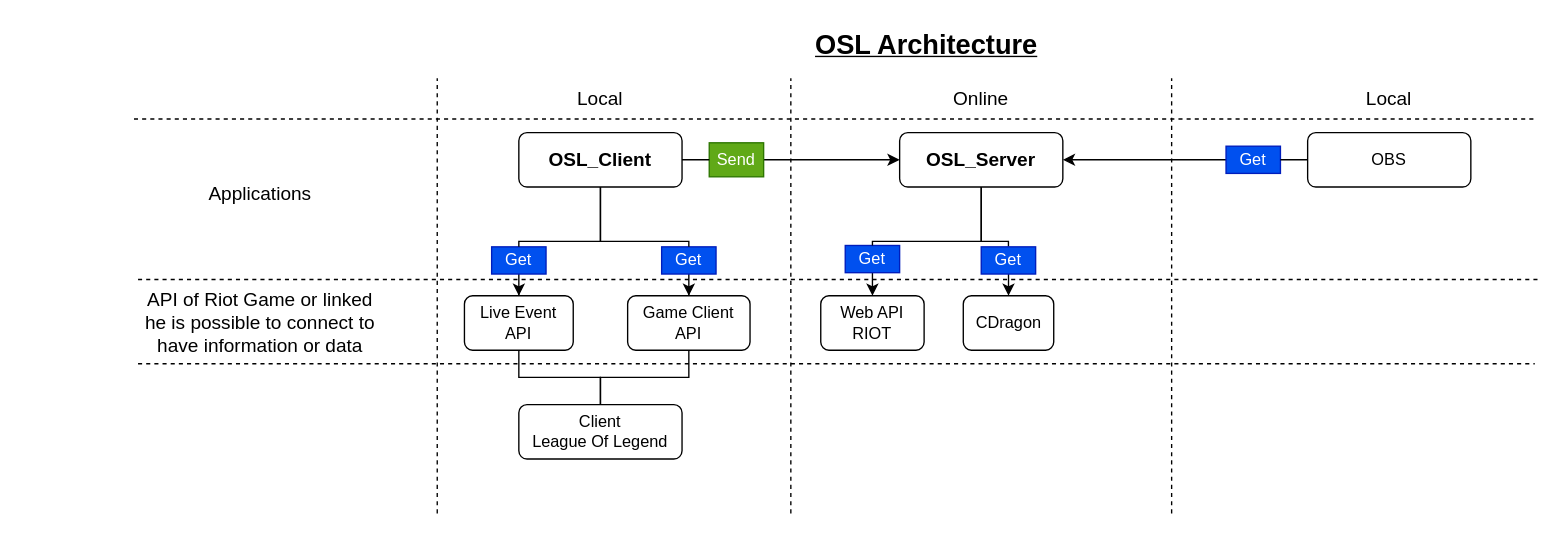
This is docfx/picture/OSL-architecture.drawio from Sky-CSC/OSL, a draw.io file, before an edit. Source tidied: cells renumbered, new cells numbered last; positions are measured from the earlier drawing's top-left corner, leaving out a move shared by most shapes. Both pictures are drawn from the tidied source at 136%, with x=0, y=0 at pixel (133, 23).
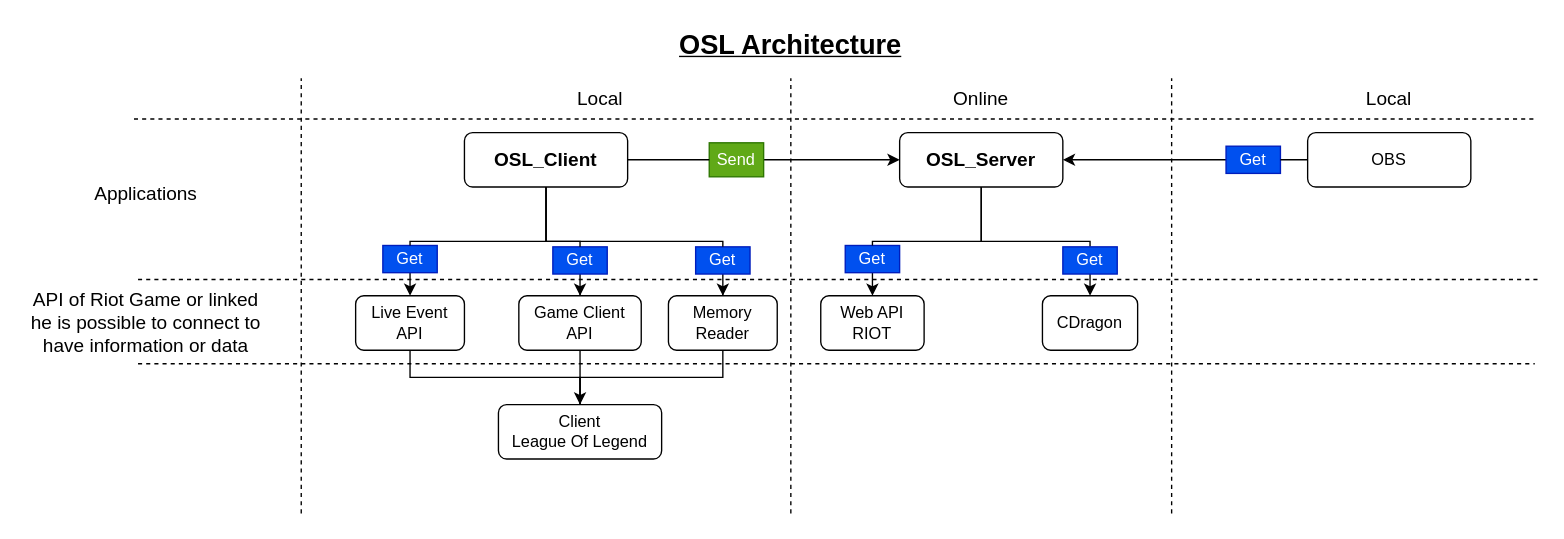
The same page after the edit.

Unchanged cells that the change refers to:
```xml
<mxCell id="8" value="OSL_Server" style="rounded=1;whiteSpace=wrap;html=1;fontStyle=1;fontSize=14;" parent="1" vertex="1">
  <mxGeometry x="563" y="80" width="120" height="40" as="geometry" />
</mxCell>
```

Change to the diagram source:
```diff
@@
     <mxCell id="3" style="edgeStyle=orthogonalEdgeStyle;rounded=0;jettySize=auto;html=1;entryX=0.5;entryY=0;entryDx=0;entryDy=0;startArrow=none;" parent="1" edge="1" source="17" target="13">
-      <mxGeometry relative="1" as="geometry" />
+      <mxGeometry relative="1" as="geometry">
+        <Array as="points">
+          <mxPoint x="203" y="170" />
+          <mxPoint x="203" y="170" />
+        </Array>
+      </mxGeometry>
     </mxCell>
@@
+    <mxCell id="42" style="edgeStyle=orthogonalEdgeStyle;rounded=0;jettySize=auto;html=1;entryX=0.5;entryY=0;entryDx=0;entryDy=0;startArrow=none;" parent="1" edge="1" source="45" target="44">
+      <mxGeometry relative="1" as="geometry" />
+    </mxCell>
     <mxCell id="5" value="OSL_Client" style="rounded=1;whiteSpace=wrap;html=1;fontStyle=1;fontSize=14;" parent="1" vertex="1">
-      <mxGeometry x="283" y="80" width="120" height="40" as="geometry" />
+      <mxGeometry x="243" y="80" width="120" height="40" as="geometry" />
     </mxCell>
@@
     <mxCell id="7" style="edgeStyle=orthogonalEdgeStyle;rounded=0;jettySize=auto;html=1;entryX=0.5;entryY=0;entryDx=0;entryDy=0;endArrow=none;endFill=0;" parent="1" edge="1" source="8" target="41">
       <mxGeometry relative="1" as="geometry">
         <Array as="points">
           <mxPoint x="623" y="160" />
-          <mxPoint x="643" y="160" />
+          <mxPoint x="703" y="160" />
         </Array>
       </mxGeometry>
     </mxCell>
@@
     <mxCell id="9" style="edgeStyle=orthogonalEdgeStyle;rounded=0;jettySize=auto;html=1;entryX=0.5;entryY=1;entryDx=0;entryDy=0;endArrow=none;endFill=0;" parent="1" edge="1" source="11" target="13">
-      <mxGeometry relative="1" as="geometry" />
+      <mxGeometry relative="1" as="geometry">
+        <Array as="points">
+          <mxPoint x="328" y="260" />
+          <mxPoint x="203" y="260" />
+        </Array>
+      </mxGeometry>
     </mxCell>
@@
     <mxCell id="11" value="Client&lt;br&gt;League Of Legend" style="rounded=1;whiteSpace=wrap;html=1;" parent="1" vertex="1">
-      <mxGeometry x="283" y="280" width="120" height="40" as="geometry" />
+      <mxGeometry x="268" y="280" width="120" height="40" as="geometry" />
     </mxCell>
@@
     <mxCell id="13" value="Live Event&lt;br&gt;API" style="rounded=1;whiteSpace=wrap;html=1;" parent="1" vertex="1">
-      <mxGeometry x="243" y="200" width="80" height="40" as="geometry" />
+      <mxGeometry x="163" y="200" width="80" height="40" as="geometry" />
     </mxCell>
     <mxCell id="14" value="Game Client&lt;br&gt;API" style="rounded=1;whiteSpace=wrap;html=1;" parent="1" vertex="1">
-      <mxGeometry x="363" y="200" width="90" height="40" as="geometry" />
+      <mxGeometry x="283" y="200" width="90" height="40" as="geometry" />
     </mxCell>
@@
     <mxCell id="16" value="&lt;b&gt;&lt;u&gt;&lt;font style=&quot;font-size: 20px;&quot;&gt;OSL Architecture&lt;/font&gt;&lt;/u&gt;&lt;/b&gt;" style="text;html=1;strokeColor=none;fillColor=none;align=center;verticalAlign=middle;whiteSpace=wrap;rounded=0;" parent="1" vertex="1">
-      <mxGeometry x="463" width="240" height="30" as="geometry" />
+      <mxGeometry x="363" width="240" height="30" as="geometry" />
     </mxCell>
     <mxCell id="17" value="Get" style="text;html=1;strokeColor=#001DBC;fillColor=#0050ef;align=center;verticalAlign=middle;whiteSpace=wrap;rounded=0;fontColor=#ffffff;" parent="1" vertex="1">
-      <mxGeometry x="263" y="164" width="40" height="20" as="geometry" />
+      <mxGeometry x="183" y="163" width="40" height="20" as="geometry" />
     </mxCell>
     <mxCell id="18" style="edgeStyle=orthogonalEdgeStyle;rounded=0;jettySize=auto;html=1;entryX=0.5;entryY=0;entryDx=0;entryDy=0;endArrow=none;" parent="1" edge="1" source="5" target="17">
       <mxGeometry relative="1" as="geometry">
         <Array as="points">
-          <mxPoint x="343" y="160" />
-          <mxPoint x="283" y="160" />
+          <mxPoint x="303" y="160" />
+          <mxPoint x="203" y="160" />
         </Array>
       </mxGeometry>
     </mxCell>
     <mxCell id="19" value="Get" style="text;html=1;strokeColor=#001DBC;fillColor=#0050ef;align=center;verticalAlign=middle;whiteSpace=wrap;rounded=0;fontColor=#ffffff;" parent="1" vertex="1">
-      <mxGeometry x="388" y="164" width="40" height="20" as="geometry" />
+      <mxGeometry x="308" y="164" width="40" height="20" as="geometry" />
     </mxCell>
     <mxCell id="20" style="edgeStyle=orthogonalEdgeStyle;rounded=0;jettySize=auto;html=1;entryX=0.5;entryY=0;entryDx=0;entryDy=0;endArrow=none;" parent="1" edge="1" source="5" target="19">
       <mxGeometry relative="1" as="geometry">
         <Array as="points">
-          <mxPoint x="343" y="160" />
-          <mxPoint x="408" y="160" />
+          <mxPoint x="303" y="160" />
+          <mxPoint x="328" y="160" />
         </Array>
       </mxGeometry>
     </mxCell>
@@
     <mxCell id="30" value="API of Riot Game or linked he is possible to connect to have information or data" style="text;html=1;strokeColor=none;fillColor=none;align=center;verticalAlign=middle;whiteSpace=wrap;rounded=0;fontSize=14;" parent="1" vertex="1">
-      <mxGeometry x="3" y="205" width="180" height="30" as="geometry" />
+      <mxGeometry x="-81" y="205" width="180" height="30" as="geometry" />
     </mxCell>
     <mxCell id="31" style="endArrow=none;dashed=1;html=1;rounded=0;fontSize=14;" parent="1" edge="1">
       <mxGeometry relative="1" as="geometry">
-        <mxPoint x="223" y="360" as="sourcePoint" />
-        <mxPoint x="223" y="40" as="targetPoint" />
+        <mxPoint x="123" y="360" as="sourcePoint" />
+        <mxPoint x="123" y="40" as="targetPoint" />
       </mxGeometry>
     </mxCell>
@@
     <mxCell id="38" value="Applications" style="text;html=1;strokeColor=none;fillColor=none;align=center;verticalAlign=middle;whiteSpace=wrap;rounded=0;fontSize=14;" parent="1" vertex="1">
-      <mxGeometry x="53" y="110" width="80" height="30" as="geometry" />
+      <mxGeometry x="-31" y="110" width="80" height="30" as="geometry" />
     </mxCell>
     <mxCell id="39" value="CDragon" style="rounded=1;whiteSpace=wrap;html=1;" parent="1" vertex="1">
-      <mxGeometry x="609.8" y="200" width="66.5" height="40" as="geometry" />
+      <mxGeometry x="668" y="200" width="70" height="40" as="geometry" />
     </mxCell>
     <mxCell id="40" style="edgeStyle=orthogonalEdgeStyle;rounded=0;jettySize=auto;html=1;entryX=0.5;entryY=0;entryDx=0;entryDy=0;" parent="1" edge="1" source="41" target="39">
       <mxGeometry relative="1" as="geometry">
         <Array as="points">
-          <mxPoint x="643" y="200" />
+          <mxPoint x="703" y="190" />
+          <mxPoint x="703" y="190" />
         </Array>
       </mxGeometry>
     </mxCell>
     <mxCell id="41" value="Get" style="text;html=1;strokeColor=#001DBC;fillColor=#0050ef;align=center;verticalAlign=middle;whiteSpace=wrap;rounded=0;fontColor=#ffffff;" parent="1" vertex="1">
-      <mxGeometry x="623" y="164" width="40" height="20" as="geometry" />
+      <mxGeometry x="683" y="164" width="40" height="20" as="geometry" />
     </mxCell>
+    <mxCell id="43" style="edgeStyle=orthogonalEdgeStyle;rounded=0;jettySize=auto;html=1;entryX=0.5;entryY=0;entryDx=0;entryDy=0;" parent="1" edge="1" source="44" target="11">
+      <mxGeometry relative="1" as="geometry">
+        <Array as="points">
+          <mxPoint x="433" y="260" />
+          <mxPoint x="328" y="260" />
+        </Array>
+      </mxGeometry>
+    </mxCell>
+    <mxCell id="44" value="Memory Reader" style="rounded=1;whiteSpace=wrap;html=1;" parent="1" vertex="1">
+      <mxGeometry x="393" y="200" width="80" height="40" as="geometry" />
+    </mxCell>
+    <mxCell id="45" value="Get" style="text;html=1;strokeColor=#001DBC;fillColor=#0050ef;align=center;verticalAlign=middle;whiteSpace=wrap;rounded=0;fontColor=#ffffff;" parent="1" vertex="1">
+      <mxGeometry x="413" y="164" width="40" height="20" as="geometry" />
+    </mxCell>
+    <mxCell id="46" style="edgeStyle=orthogonalEdgeStyle;rounded=0;jettySize=auto;html=1;entryX=0.5;entryY=0;entryDx=0;entryDy=0;endArrow=none;" parent="1" edge="1" source="5" target="45">
+      <mxGeometry relative="1" as="geometry">
+        <Array as="points">
+          <mxPoint x="303" y="160" />
+          <mxPoint x="433" y="160" />
+        </Array>
+      </mxGeometry>
+    </mxCell>
```
